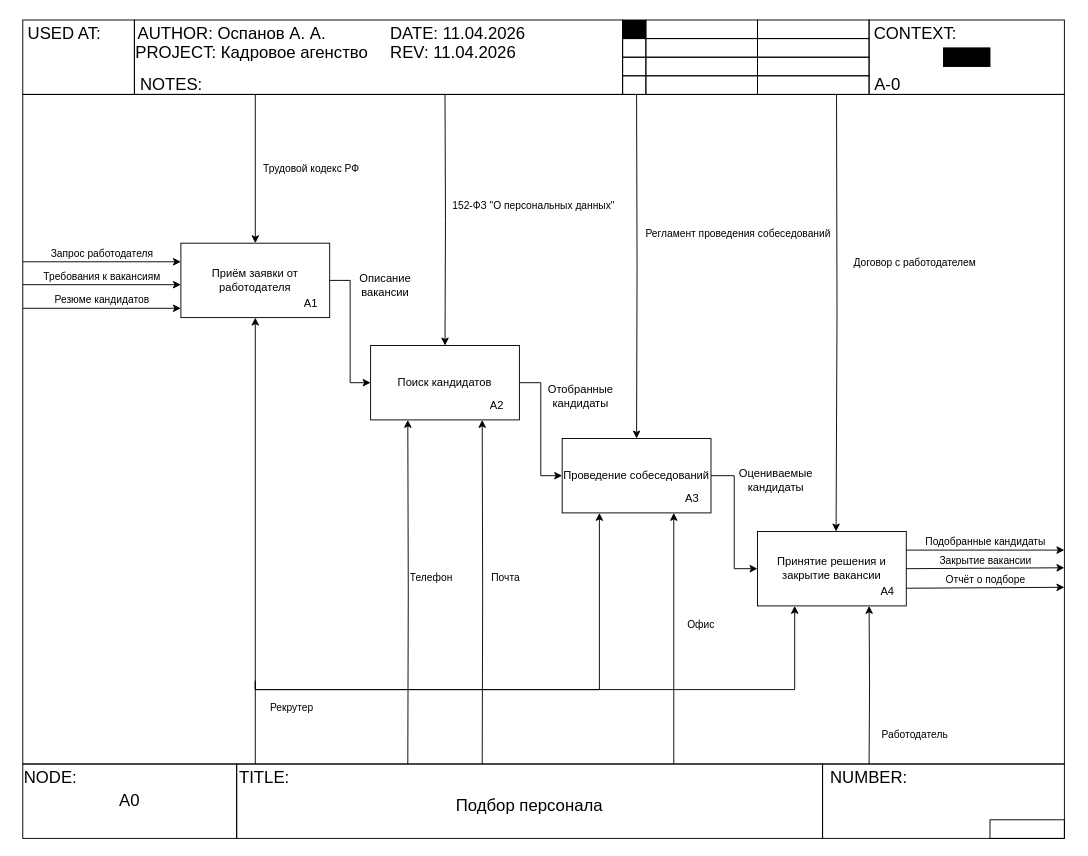
Above: декомпозиция.drawio in Regdal-cyber/Coursework (draw.io), before the change. Source tidied: cells renumbered, new cells numbered last; positions are measured from the earlier drawing's top-left corner, leaving out a move shared by most shapes. Both pictures are drawn from the tidied source at 93%, with x=0, y=0 at pixel (22, 20).
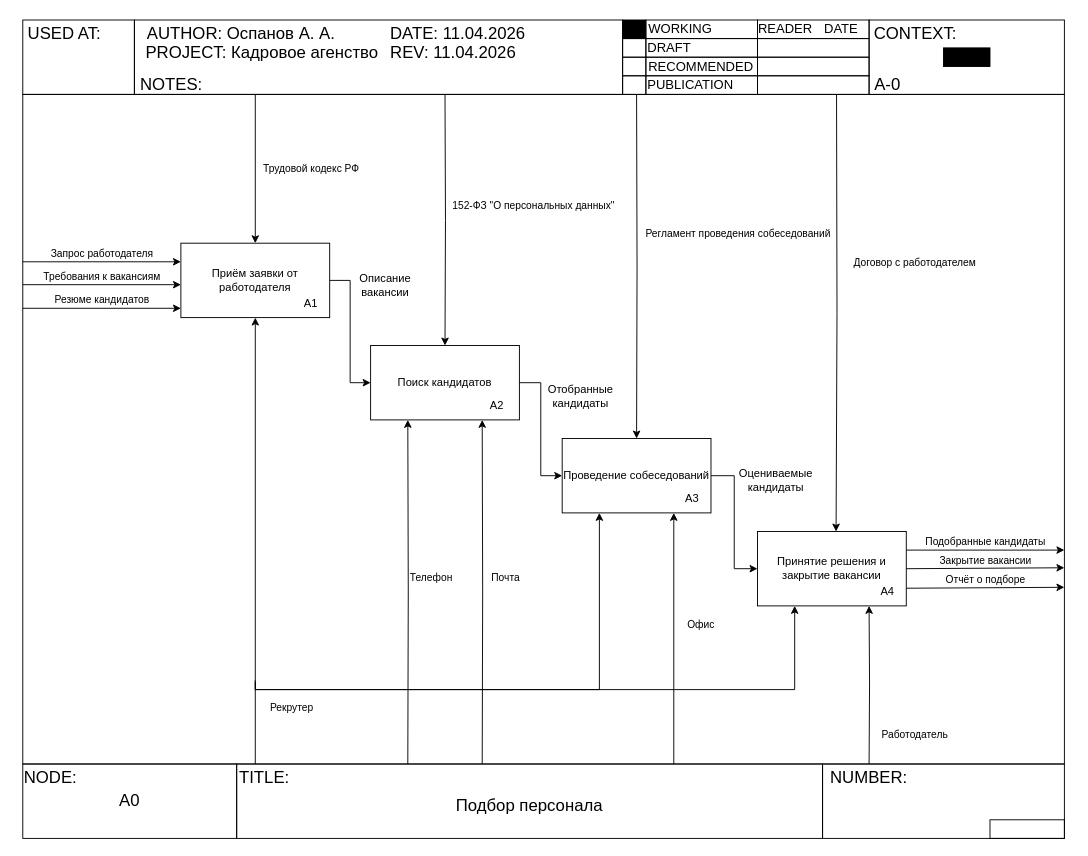
Above is the later version.

Diff of the diagram source:
```diff
@@
     <mxCell id="63" value="AUTHOR: Оспанов А. А." style="text;html=1;align=center;verticalAlign=middle;whiteSpace=wrap;rounded=0;fontSize=18;" parent="1" vertex="1">
-      <mxGeometry x="120" width="210" height="30" as="geometry" />
+      <mxGeometry x="130" width="210" height="30" as="geometry" />
     </mxCell>
     <mxCell id="64" value="&amp;nbsp;PROJECT: Кадровое агенство" style="text;html=1;align=center;verticalAlign=middle;whiteSpace=wrap;rounded=0;fontSize=18;" parent="1" vertex="1">
-      <mxGeometry x="114" y="20" width="260" height="30" as="geometry" />
+      <mxGeometry x="125" y="20" width="260" height="30" as="geometry" />
     </mxCell>
@@
+    <mxCell id="71" value="&lt;font&gt;WORKING&lt;/font&gt;" style="text;html=1;whiteSpace=wrap;strokeColor=none;fillColor=none;align=left;verticalAlign=middle;rounded=0;fontSize=14;" parent="1" vertex="1">
+      <mxGeometry x="671.4" y="-4.8" width="118.6" height="29.6" as="geometry" />
+    </mxCell>
+    <mxCell id="72" value="&lt;font&gt;DRAFT&lt;/font&gt;" style="text;html=1;whiteSpace=wrap;strokeColor=none;fillColor=none;align=left;verticalAlign=middle;rounded=0;fontSize=14;" parent="1" vertex="1">
+      <mxGeometry x="670" y="15.2" width="118.6" height="29.6" as="geometry" />
+    </mxCell>
+    <mxCell id="73" value="&lt;font&gt;RECOMMENDED&lt;/font&gt;" style="text;html=1;whiteSpace=wrap;strokeColor=none;fillColor=none;align=left;verticalAlign=middle;rounded=0;fontSize=14;" parent="1" vertex="1">
+      <mxGeometry x="671.4" y="35.2" width="118.6" height="29.6" as="geometry" />
+    </mxCell>
+    <mxCell id="74" value="&lt;font&gt;PUBLICATION&lt;/font&gt;" style="text;html=1;whiteSpace=wrap;strokeColor=none;fillColor=none;align=left;verticalAlign=middle;rounded=0;fontSize=14;" parent="1" vertex="1">
+      <mxGeometry x="670" y="55.4" width="118.6" height="29.6" as="geometry" />
+    </mxCell>
+    <mxCell id="75" value="&lt;font&gt;READER&lt;/font&gt;" style="text;html=1;whiteSpace=wrap;strokeColor=none;fillColor=none;align=left;verticalAlign=middle;rounded=0;fontSize=14;" parent="1" vertex="1">
+      <mxGeometry x="788.6" y="-4.8" width="118.6" height="29.6" as="geometry" />
+    </mxCell>
+    <mxCell id="76" value="&lt;font&gt;DATE&lt;/font&gt;" style="text;html=1;whiteSpace=wrap;strokeColor=none;fillColor=none;align=left;verticalAlign=middle;rounded=0;fontSize=14;" parent="1" vertex="1">
+      <mxGeometry x="860" y="-4.8" width="70.5" height="29.6" as="geometry" />
+    </mxCell>
```
